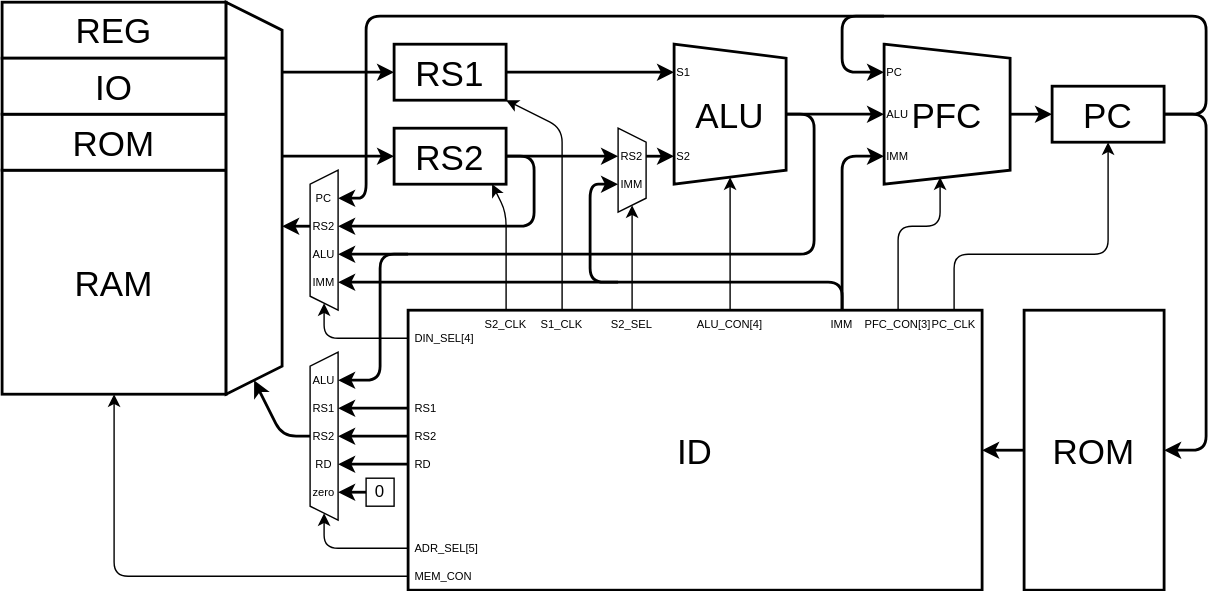
Before: Lab/Computer/RK16/01_Architecture/img/arch.dio.svg, a diagram exported from draw.io (amane-uehara/kanade-k-1228.github.io). Source tidied: cells renumbered, new cells last; positions are measured from the earlier drawing's top-left corner, leaving out a move shared by most shapes.
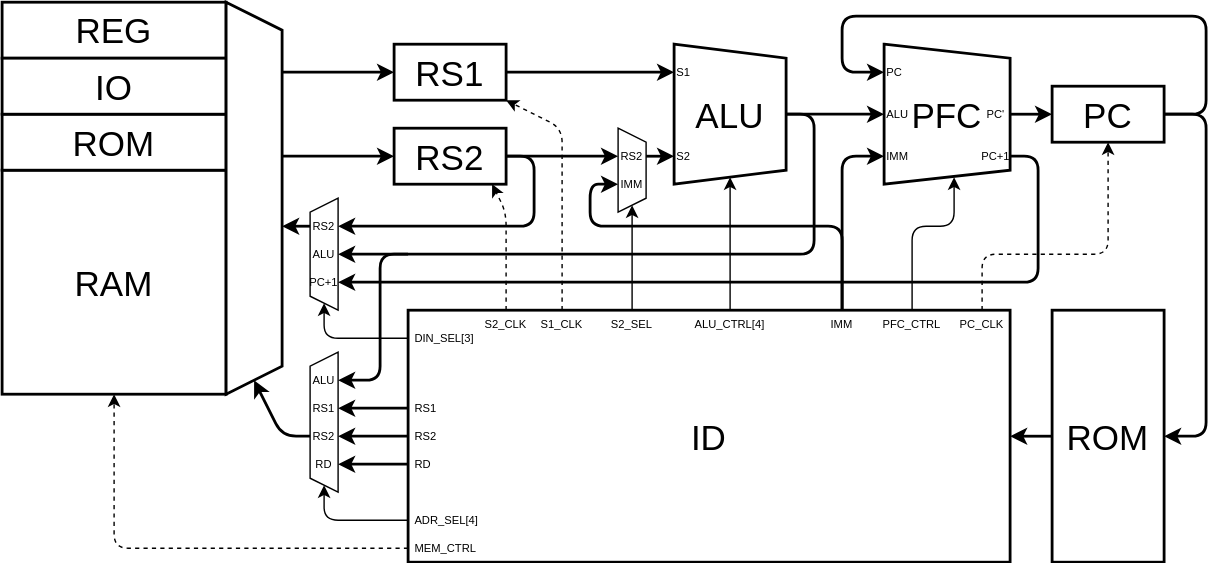
After the change.

The edit, as a diff of the source:
```diff
@@ -6,16 +6,16 @@
       <mxGeometry x="750" y="60" width="80" height="40" as="geometry" />
     </mxCell>
     <mxCell id="3" style="shape=trapezoid;perimeter=trapezoidPerimeter;whiteSpace=wrap;html=1;fixedSize=1;fontSize=25;direction=north;size=9.999999999999943;" parent="1" vertex="1">
-      <mxGeometry x="220" y="250" width="20" height="120" as="geometry" />
+      <mxGeometry x="220" y="250" width="20" height="100" as="geometry" />
     </mxCell>
     <mxCell id="4" value="ROM" style="rounded=0;whiteSpace=wrap;html=1;fontSize=25;strokeWidth=2;" parent="1" vertex="1">
-      <mxGeometry x="730" y="220" width="100" height="200" as="geometry" />
+      <mxGeometry x="750" y="220" width="80" height="180" as="geometry" />
     </mxCell>
     <mxCell id="5" value="RAM" style="rounded=0;whiteSpace=wrap;html=1;fontSize=25;strokeWidth=2;" parent="1" vertex="1">
       <mxGeometry y="120" width="160" height="160" as="geometry" />
     </mxCell>
     <mxCell id="6" value="ID" style="rounded=0;whiteSpace=wrap;html=1;fontSize=25;strokeWidth=2;" parent="1" vertex="1">
-      <mxGeometry x="290" y="220" width="410" height="200" as="geometry" />
+      <mxGeometry x="290" y="220" width="430" height="180" as="geometry" />
     </mxCell>
     <mxCell id="7" value="REG" style="rounded=0;whiteSpace=wrap;html=1;fontSize=25;strokeWidth=2;" parent="1" vertex="1">
       <mxGeometry width="160" height="40" as="geometry" />
@@ -49,8 +49,8 @@
     </mxCell>
     <mxCell id="13" style="endArrow=classic;html=1;fontSize=25;strokeWidth=2;" parent="1" edge="1">
       <mxGeometry relative="1" as="geometry">
-        <mxPoint x="730" y="320" as="sourcePoint" />
-        <mxPoint x="700" y="320" as="targetPoint" />
+        <mxPoint x="750" y="310" as="sourcePoint" />
+        <mxPoint x="720" y="310" as="targetPoint" />
       </mxGeometry>
     </mxCell>
     <mxCell id="14" style="endArrow=classic;html=1;fontSize=25;strokeWidth=2;" parent="1" edge="1">
@@ -65,21 +65,21 @@
     </mxCell>
     <mxCell id="15" style="endArrow=classic;html=1;fontSize=25;startArrow=none;startFill=0;strokeWidth=2;" parent="1" edge="1">
       <mxGeometry relative="1" as="geometry">
-        <mxPoint x="630" y="10" as="sourcePoint" />
-        <mxPoint x="240" y="140" as="targetPoint" />
+        <mxPoint x="720" y="110" as="sourcePoint" />
+        <mxPoint x="240" y="200" as="targetPoint" />
         <Array as="points">
-          <mxPoint x="260" y="10" />
-          <mxPoint x="260" y="140" />
+          <mxPoint x="740" y="110" />
+          <mxPoint x="740" y="200" />
         </Array>
       </mxGeometry>
     </mxCell>
     <mxCell id="16" style="endArrow=classic;html=1;fontSize=25;startArrow=none;startFill=0;strokeWidth=2;" parent="1" edge="1">
       <mxGeometry relative="1" as="geometry">
         <mxPoint x="830" y="80" as="sourcePoint" />
-        <mxPoint x="830" y="320" as="targetPoint" />
+        <mxPoint x="830" y="310" as="targetPoint" />
         <Array as="points">
           <mxPoint x="860" y="80" />
-          <mxPoint x="860" y="320" />
+          <mxPoint x="860" y="310" />
         </Array>
       </mxGeometry>
     </mxCell>
@@ -88,8 +88,8 @@
         <mxPoint x="600" y="220" as="sourcePoint" />
         <mxPoint x="440" y="130" as="targetPoint" />
         <Array as="points">
-          <mxPoint x="600" y="200" />
-          <mxPoint x="420" y="200" />
+          <mxPoint x="600" y="160" />
+          <mxPoint x="420" y="160" />
           <mxPoint x="420" y="130" />
         </Array>
       </mxGeometry>
@@ -142,11 +142,11 @@
     </mxCell>
     <mxCell id="24" style="endArrow=classic;html=1;fontSize=25;startArrow=none;startFill=0;" parent="1" edge="1">
       <mxGeometry relative="1" as="geometry">
-        <mxPoint x="640" y="220" as="sourcePoint" />
-        <mxPoint x="670" y="125" as="targetPoint" />
+        <mxPoint x="650" y="220" as="sourcePoint" />
+        <mxPoint x="680" y="125" as="targetPoint" />
         <Array as="points">
-          <mxPoint x="640" y="160" />
-          <mxPoint x="670" y="160" />
+          <mxPoint x="650" y="160" />
+          <mxPoint x="680" y="160" />
         </Array>
       </mxGeometry>
     </mxCell>
@@ -204,7 +204,7 @@
     <mxCell id="39" value="IMM" style="text;html=1;strokeColor=none;fillColor=none;align=center;verticalAlign=middle;whiteSpace=wrap;rounded=0;rotation=0;fontSize=8;" parent="1" vertex="1">
       <mxGeometry x="440" y="120" width="20" height="20" as="geometry" />
     </mxCell>
-    <mxCell id="40" style="endArrow=classic;html=1;fontSize=25;startArrow=none;startFill=0;" parent="1" edge="1">
+    <mxCell id="40" style="endArrow=classic;html=1;fontSize=25;startArrow=none;startFill=0;dashed=1;" parent="1" edge="1">
       <mxGeometry relative="1" as="geometry">
         <mxPoint x="360" y="220" as="sourcePoint" />
         <mxPoint x="350" y="130" as="targetPoint" />
@@ -219,7 +219,7 @@
         <mxPoint x="450" y="145" as="targetPoint" />
       </mxGeometry>
     </mxCell>
-    <mxCell id="42" style="endArrow=classic;html=1;fontSize=25;startArrow=none;startFill=0;" parent="1" edge="1">
+    <mxCell id="42" style="endArrow=classic;html=1;fontSize=25;startArrow=none;startFill=0;dashed=1;" parent="1" edge="1">
       <mxGeometry relative="1" as="geometry">
         <mxPoint x="400" y="220" as="sourcePoint" />
         <mxPoint x="360" y="70" as="targetPoint" />
@@ -240,34 +240,34 @@
         <mxPoint x="520" y="125" as="targetPoint" />
       </mxGeometry>
     </mxCell>
-    <mxCell id="46" value="ALU_CON[4]" style="text;html=1;strokeColor=none;fillColor=none;align=center;verticalAlign=middle;whiteSpace=wrap;rounded=0;rotation=0;fontSize=8;" parent="1" vertex="1">
+    <mxCell id="46" value="ALU_CTRL[4]" style="text;html=1;strokeColor=none;fillColor=none;align=center;verticalAlign=middle;whiteSpace=wrap;rounded=0;rotation=0;fontSize=8;" parent="1" vertex="1">
       <mxGeometry x="490" y="220" width="60" height="20" as="geometry" />
     </mxCell>
-    <mxCell id="47" value="PFC_CON[3]" style="text;html=1;strokeColor=none;fillColor=none;align=center;verticalAlign=middle;whiteSpace=wrap;rounded=0;rotation=0;fontSize=8;" parent="1" vertex="1">
-      <mxGeometry x="620" y="220" width="40" height="20" as="geometry" />
+    <mxCell id="47" value="PFC_CTRL" style="text;html=1;strokeColor=none;fillColor=none;align=center;verticalAlign=middle;whiteSpace=wrap;rounded=0;rotation=0;fontSize=8;" parent="1" vertex="1">
+      <mxGeometry x="630" y="220" width="40" height="20" as="geometry" />
     </mxCell>
-    <mxCell id="48" style="endArrow=classic;html=1;fontSize=25;startArrow=none;startFill=0;" parent="1" edge="1">
+    <mxCell id="48" style="endArrow=classic;html=1;fontSize=25;startArrow=none;startFill=0;dashed=1;" parent="1" edge="1">
       <mxGeometry relative="1" as="geometry">
-        <mxPoint x="680" y="220" as="sourcePoint" />
+        <mxPoint x="700" y="220" as="sourcePoint" />
         <mxPoint x="790" y="100" as="targetPoint" />
         <Array as="points">
-          <mxPoint x="680" y="180" />
+          <mxPoint x="700" y="180" />
           <mxPoint x="790" y="180" />
         </Array>
       </mxGeometry>
     </mxCell>
     <mxCell id="49" value="PC_CLK" style="text;html=1;strokeColor=none;fillColor=none;align=center;verticalAlign=middle;whiteSpace=wrap;rounded=0;rotation=0;fontSize=8;" parent="1" vertex="1">
-      <mxGeometry x="660" y="220" width="40" height="20" as="geometry" />
+      <mxGeometry x="680" y="220" width="40" height="20" as="geometry" />
     </mxCell>
     <mxCell id="50" value="ALU" style="text;html=1;strokeColor=none;fillColor=none;align=center;verticalAlign=middle;whiteSpace=wrap;rounded=0;rotation=0;fontSize=8;" parent="1" vertex="1">
       <mxGeometry x="220" y="260" width="20" height="20" as="geometry" />
     </mxCell>
     <mxCell id="51" style="endArrow=classic;html=1;fontSize=25;startArrow=none;startFill=0;" parent="1" edge="1">
       <mxGeometry relative="1" as="geometry">
-        <mxPoint x="290" y="390" as="sourcePoint" />
-        <mxPoint x="230" y="365" as="targetPoint" />
+        <mxPoint x="290" y="370" as="sourcePoint" />
+        <mxPoint x="230" y="345" as="targetPoint" />
         <Array as="points">
-          <mxPoint x="230" y="390" />
+          <mxPoint x="230" y="370" />
         </Array>
       </mxGeometry>
     </mxCell>
@@ -283,23 +283,23 @@
     <mxCell id="54" value="RS1" style="text;html=1;strokeColor=none;fillColor=none;align=left;verticalAlign=middle;whiteSpace=wrap;rounded=0;rotation=0;fontSize=8;" parent="1" vertex="1">
       <mxGeometry x="293" y="280" width="20" height="20" as="geometry" />
     </mxCell>
-    <mxCell id="55" value="ADR_SEL[5]" style="text;html=1;strokeColor=none;fillColor=none;align=left;verticalAlign=middle;whiteSpace=wrap;rounded=0;rotation=0;fontSize=8;" parent="1" vertex="1">
-      <mxGeometry x="293" y="380" width="47" height="20" as="geometry" />
+    <mxCell id="55" value="ADR_SEL[4]" style="text;html=1;strokeColor=none;fillColor=none;align=left;verticalAlign=middle;whiteSpace=wrap;rounded=0;rotation=0;fontSize=8;" parent="1" vertex="1">
+      <mxGeometry x="293" y="360" width="47" height="20" as="geometry" />
     </mxCell>
-    <mxCell id="56" style="endArrow=classic;html=1;fontSize=25;startArrow=none;startFill=0;" parent="1" edge="1">
+    <mxCell id="56" style="endArrow=classic;html=1;fontSize=25;startArrow=none;startFill=0;dashed=1;" parent="1" edge="1">
       <mxGeometry relative="1" as="geometry">
-        <mxPoint x="290" y="410" as="sourcePoint" />
+        <mxPoint x="290" y="390" as="sourcePoint" />
         <mxPoint x="80" y="280" as="targetPoint" />
         <Array as="points">
-          <mxPoint x="80" y="410" />
+          <mxPoint x="80" y="390" />
         </Array>
       </mxGeometry>
     </mxCell>
-    <mxCell id="57" value="MEM_CON" style="text;html=1;strokeColor=none;fillColor=none;align=left;verticalAlign=middle;whiteSpace=wrap;rounded=0;rotation=0;fontSize=8;" parent="1" vertex="1">
-      <mxGeometry x="293" y="400" width="47" height="20" as="geometry" />
+    <mxCell id="57" value="MEM_CTRL" style="text;html=1;strokeColor=none;fillColor=none;align=left;verticalAlign=middle;whiteSpace=wrap;rounded=0;rotation=0;fontSize=8;" parent="1" vertex="1">
+      <mxGeometry x="293" y="380" width="47" height="20" as="geometry" />
     </mxCell>
     <mxCell id="58" style="shape=trapezoid;perimeter=trapezoidPerimeter;whiteSpace=wrap;html=1;fixedSize=1;fontSize=25;direction=north;size=9.999999999999943;" parent="1" vertex="1">
-      <mxGeometry x="220" y="120" width="20" height="100" as="geometry" />
+      <mxGeometry x="220" y="140" width="20" height="80" as="geometry" />
     </mxCell>
     <mxCell id="59" style="endArrow=classic;html=1;fontSize=25;strokeWidth=2;" parent="1" edge="1">
       <mxGeometry relative="1" as="geometry">
@@ -326,7 +326,7 @@
         </Array>
       </mxGeometry>
     </mxCell>
-    <mxCell id="62" value="DIN_SEL[4]" style="text;html=1;strokeColor=none;fillColor=none;align=left;verticalAlign=middle;whiteSpace=wrap;rounded=0;rotation=0;fontSize=8;" parent="1" vertex="1">
+    <mxCell id="62" value="DIN_SEL[3]" style="text;html=1;strokeColor=none;fillColor=none;align=left;verticalAlign=middle;whiteSpace=wrap;rounded=0;rotation=0;fontSize=8;" parent="1" vertex="1">
       <mxGeometry x="293" y="230" width="47" height="20" as="geometry" />
     </mxCell>
     <mxCell id="63" value="RS2" style="text;html=1;strokeColor=none;fillColor=none;align=center;verticalAlign=middle;whiteSpace=wrap;rounded=0;rotation=0;fontSize=8;" parent="1" vertex="1">
@@ -335,18 +335,9 @@
     <mxCell id="64" value="ALU" style="text;html=1;strokeColor=none;fillColor=none;align=center;verticalAlign=middle;whiteSpace=wrap;rounded=0;rotation=0;fontSize=8;" parent="1" vertex="1">
       <mxGeometry x="220" y="170" width="20" height="20" as="geometry" />
     </mxCell>
-    <mxCell id="65" value="PC" style="text;html=1;strokeColor=none;fillColor=none;align=center;verticalAlign=middle;whiteSpace=wrap;rounded=0;rotation=0;fontSize=8;" parent="1" vertex="1">
-      <mxGeometry x="220" y="130" width="20" height="20" as="geometry" />
+    <mxCell id="65" value="PC+1" style="text;html=1;strokeColor=none;fillColor=none;align=center;verticalAlign=middle;whiteSpace=wrap;rounded=0;rotation=0;fontSize=8;" parent="1" vertex="1">
+      <mxGeometry x="220" y="190" width="20" height="20" as="geometry" />
     </mxCell>
-    <mxCell id="66" value="IMM" style="text;html=1;strokeColor=none;fillColor=none;align=center;verticalAlign=middle;whiteSpace=wrap;rounded=0;rotation=0;fontSize=8;" parent="1" vertex="1">
-      <mxGeometry x="220" y="190" width="20" height="20" as="geometry" />
-    </mxCell>
-    <mxCell id="67" style="endArrow=classic;html=1;fontSize=25;startArrow=none;startFill=0;strokeWidth=2;" parent="1" edge="1">
-      <mxGeometry relative="1" as="geometry">
-        <mxPoint x="440" y="200" as="sourcePoint" />
-        <mxPoint x="240" y="200" as="targetPoint" />
-      </mxGeometry>
-    </mxCell>
     <mxCell id="68" value="RS2" style="text;html=1;strokeColor=none;fillColor=none;align=center;verticalAlign=middle;whiteSpace=wrap;rounded=0;rotation=0;fontSize=8;" parent="1" vertex="1">
       <mxGeometry x="220" y="300" width="20" height="20" as="geometry" />
     </mxCell>
@@ -371,23 +362,17 @@
     <mxCell id="73" value="RD" style="text;html=1;strokeColor=none;fillColor=none;align=left;verticalAlign=middle;whiteSpace=wrap;rounded=0;rotation=0;fontSize=8;" parent="1" vertex="1">
       <mxGeometry x="293" y="320" width="20" height="20" as="geometry" />
     </mxCell>
-    <mxCell id="74" value="zero" style="text;html=1;strokeColor=none;fillColor=none;align=center;verticalAlign=middle;whiteSpace=wrap;rounded=0;rotation=0;fontSize=8;" parent="1" vertex="1">
-      <mxGeometry x="220" y="340" width="20" height="20" as="geometry" />
-    </mxCell>
-    <mxCell id="75" style="endArrow=classic;html=1;fontSize=25;startArrow=none;startFill=0;strokeWidth=2;" parent="1" edge="1">
-      <mxGeometry relative="1" as="geometry">
-        <mxPoint x="260" y="350" as="sourcePoint" />
-        <mxPoint x="240" y="350" as="targetPoint" />
-      </mxGeometry>
-    </mxCell>
-    <mxCell id="76" value="0" style="rounded=0;whiteSpace=wrap;html=1;" parent="1" vertex="1">
-      <mxGeometry x="260" y="340" width="20" height="20" as="geometry" />
-    </mxCell>
     <mxCell id="77" value="S1" style="text;html=1;strokeColor=none;fillColor=none;align=left;verticalAlign=middle;whiteSpace=wrap;rounded=0;rotation=0;fontSize=8;" parent="1" vertex="1">
       <mxGeometry x="480" y="40" width="40" height="20" as="geometry" />
     </mxCell>
     <mxCell id="78" value="S2" style="text;html=1;strokeColor=none;fillColor=none;align=left;verticalAlign=middle;whiteSpace=wrap;rounded=0;rotation=0;fontSize=8;" parent="1" vertex="1">
       <mxGeometry x="480" y="100" width="40" height="20" as="geometry" />
     </mxCell>
+    <mxCell id="79" value="PC+1" style="text;html=1;strokeColor=none;fillColor=none;align=center;verticalAlign=middle;whiteSpace=wrap;rounded=0;rotation=0;fontSize=8;" parent="1" vertex="1">
+      <mxGeometry x="700" y="100" width="20" height="20" as="geometry" />
+    </mxCell>
+    <mxCell id="80" value="PC'" style="text;html=1;strokeColor=none;fillColor=none;align=center;verticalAlign=middle;whiteSpace=wrap;rounded=0;rotation=0;fontSize=8;" parent="1" vertex="1">
+      <mxGeometry x="700" y="70" width="20" height="20" as="geometry" />
+    </mxCell>
   </root>
 </mxGraphModel>
```
